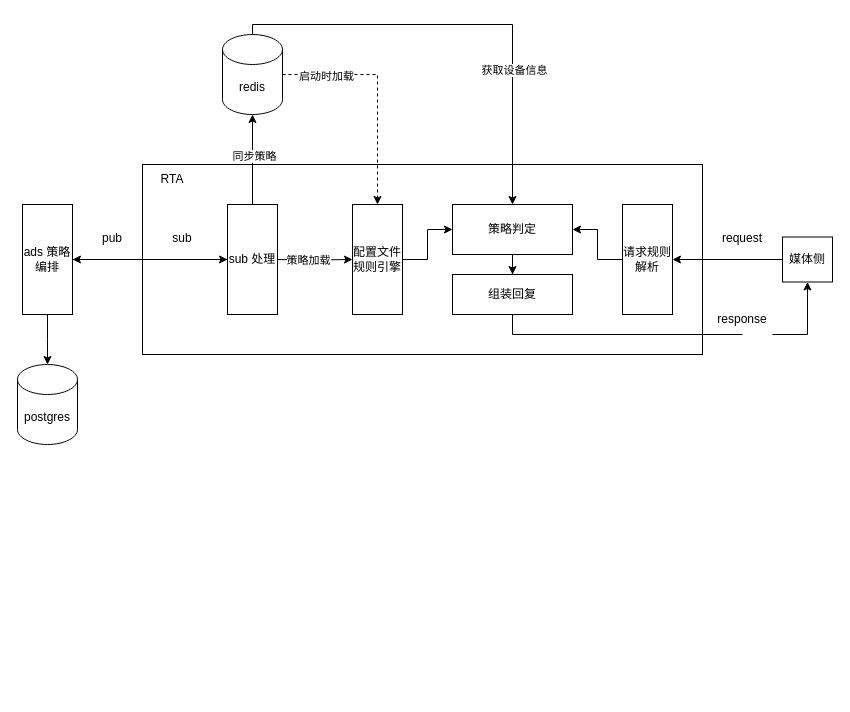
Above: RTA.drawio in LiErhua/draw.io (draw.io), before the change. Source tidied: cells renumbered, new cells numbered last; positions are measured from the earlier drawing's top-left corner, leaving out a move shared by most shapes. Both pictures are drawn from the tidied source at 100%, with x=0, y=0 at pixel (17, 24).
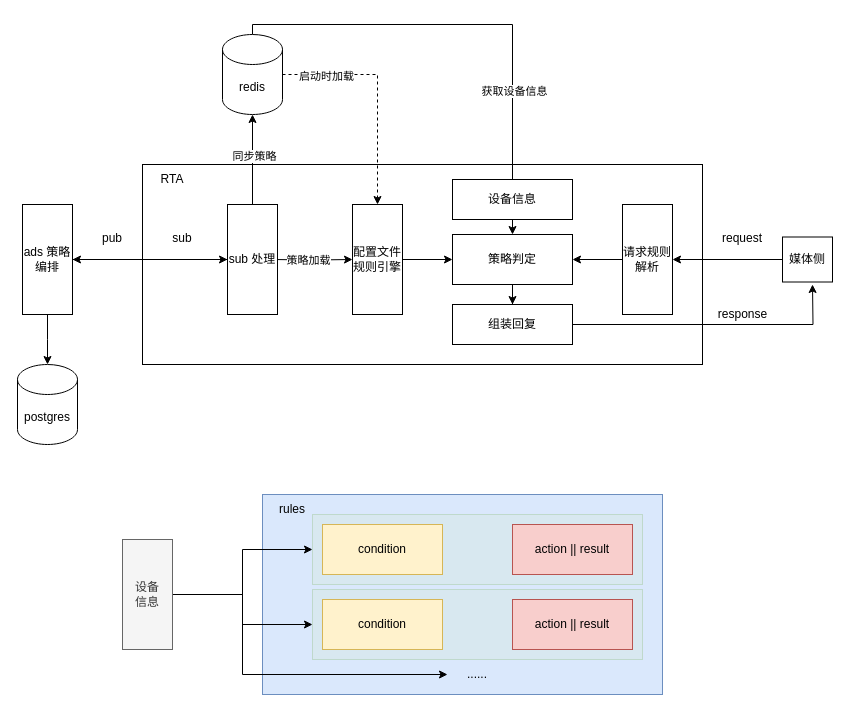
Above is the later version.

Unchanged cells that the change refers to:
```xml
<mxCell id="15" value="媒体侧" style="rounded=0;whiteSpace=wrap;html=1;" parent="1" vertex="1">
  <mxGeometry x="765" y="212.5" width="50" height="45" as="geometry" />
</mxCell>
```

Change to the diagram source:
```diff
@@
+    <mxCell id="34" style="rounded=0;whiteSpace=wrap;html=1;fillColor=#dae8fc;strokeColor=#6c8ebf;" parent="1" vertex="1">
+      <mxGeometry x="245" y="470" width="400" height="200" as="geometry" />
+    </mxCell>
+    <mxCell id="35" style="rounded=0;whiteSpace=wrap;html=1;fillColor=#d5e8d4;opacity=30;strokeColor=#82b366;" parent="1" vertex="1">
+      <mxGeometry x="295" y="565" width="330" height="70" as="geometry" />
+    </mxCell>
+    <mxCell id="36" style="rounded=0;whiteSpace=wrap;html=1;fillColor=#d5e8d4;opacity=30;strokeColor=#82b366;" parent="1" vertex="1">
+      <mxGeometry x="295" y="490" width="330" height="70" as="geometry" />
+    </mxCell>
     <mxCell id="2" style="rounded=0;whiteSpace=wrap;html=1;" parent="1" vertex="1">
-      <mxGeometry x="125" y="140" width="560" height="190" as="geometry" />
+      <mxGeometry x="125" y="140" width="560" height="200" as="geometry" />
     </mxCell>
@@
     <mxCell id="4" value="策略判定" style="rounded=0;whiteSpace=wrap;html=1;" parent="1" vertex="1">
-      <mxGeometry x="435" y="180" width="120" height="50" as="geometry" />
+      <mxGeometry x="435" y="210" width="120" height="50" as="geometry" />
     </mxCell>
@@
-    <mxCell id="9" style="edgeStyle=orthogonalEdgeStyle;rounded=0;jettySize=auto;html=1;entryX=0.5;entryY=1;entryDx=0;entryDy=0;startArrow=none;" parent="1" edge="1" source="32" target="15">
-      <mxGeometry relative="1" as="geometry">
-        <Array as="points">
-          <mxPoint x="790" y="310" />
-        </Array>
-      </mxGeometry>
-    </mxCell>
+    <mxCell id="37" style="edgeStyle=orthogonalEdgeStyle;rounded=0;jettySize=auto;html=1;" parent="1" edge="1" source="10">
+      <mxGeometry relative="1" as="geometry">
+        <mxPoint x="795" y="260" as="targetPoint" />
+      </mxGeometry>
+    </mxCell>
     <mxCell id="10" value="组装回复" style="rounded=0;whiteSpace=wrap;html=1;" parent="1" vertex="1">
-      <mxGeometry x="435" y="250" width="120" height="40" as="geometry" />
+      <mxGeometry x="435" y="280" width="120" height="40" as="geometry" />
     </mxCell>
@@
+    <mxCell id="38" value="设备信息" style="rounded=0;whiteSpace=wrap;html=1;" parent="1" vertex="1">
+      <mxGeometry x="435" y="155" width="120" height="40" as="geometry" />
+    </mxCell>
-    <mxCell id="32" value="response" style="text;html=1;strokeColor=none;fillColor=none;align=center;verticalAlign=middle;whiteSpace=wrap;rounded=0;" parent="1" vertex="1">
-      <mxGeometry x="695" y="280" width="60" height="30" as="geometry" />
+    <mxCell id="32" value="response" style="text;html=1;align=center;verticalAlign=middle;points=[];strokeColor=none;fillColor=none;" parent="1" vertex="1">
+      <mxGeometry x="695" y="280" width="60" height="20" as="geometry" />
     </mxCell>
-    <mxCell id="33" style="edgeStyle=orthogonalEdgeStyle;rounded=0;jettySize=auto;html=1;entryX=0.5;entryY=1;entryDx=0;entryDy=0;endArrow=none;" parent="1" edge="1" source="10" target="32">
-      <mxGeometry relative="1" as="geometry">
-        <Array as="points">
-          <mxPoint x="495" y="310" />
-        </Array>
-      </mxGeometry>
-    </mxCell>
+    <mxCell id="39" style="edgeStyle=orthogonalEdgeStyle;rounded=0;jettySize=auto;html=1;entryX=0;entryY=0.5;entryDx=0;entryDy=0;" parent="1" edge="1" source="42" target="36">
+      <mxGeometry relative="1" as="geometry" />
+    </mxCell>
+    <mxCell id="40" style="edgeStyle=orthogonalEdgeStyle;rounded=0;jettySize=auto;html=1;entryX=0;entryY=0.5;entryDx=0;entryDy=0;" parent="1" edge="1" source="42" target="35">
+      <mxGeometry relative="1" as="geometry" />
+    </mxCell>
+    <mxCell id="41" style="edgeStyle=orthogonalEdgeStyle;rounded=0;jettySize=auto;html=1;entryX=0;entryY=0.5;entryDx=0;entryDy=0;" parent="1" edge="1" source="42" target="48">
+      <mxGeometry relative="1" as="geometry">
+        <Array as="points">
+          <mxPoint x="225" y="570" />
+          <mxPoint x="225" y="650" />
+        </Array>
+      </mxGeometry>
+    </mxCell>
+    <mxCell id="42" value="设备&lt;br&gt;信息" style="rounded=0;whiteSpace=wrap;html=1;fillColor=#f5f5f5;fontColor=#333333;strokeColor=#666666;" parent="1" vertex="1">
+      <mxGeometry x="105" y="515" width="50" height="110" as="geometry" />
+    </mxCell>
+    <mxCell id="43" value="condition" style="rounded=0;whiteSpace=wrap;html=1;fillColor=#fff2cc;strokeColor=#d6b656;" parent="1" vertex="1">
+      <mxGeometry x="305" y="500" width="120" height="50" as="geometry" />
+    </mxCell>
+    <mxCell id="44" value="condition" style="rounded=0;whiteSpace=wrap;html=1;fillColor=#fff2cc;strokeColor=#d6b656;" parent="1" vertex="1">
+      <mxGeometry x="305" y="575" width="120" height="50" as="geometry" />
+    </mxCell>
+    <mxCell id="45" value="rules" style="text;html=1;strokeColor=none;fillColor=none;align=center;verticalAlign=middle;whiteSpace=wrap;rounded=0;" parent="1" vertex="1">
+      <mxGeometry x="245" y="470" width="60" height="30" as="geometry" />
+    </mxCell>
+    <mxCell id="46" value="action || result" style="rounded=0;whiteSpace=wrap;html=1;fillColor=#f8cecc;strokeColor=#b85450;" parent="1" vertex="1">
+      <mxGeometry x="495" y="500" width="120" height="50" as="geometry" />
+    </mxCell>
+    <mxCell id="47" value="action || result" style="rounded=0;whiteSpace=wrap;html=1;fillColor=#f8cecc;strokeColor=#b85450;" parent="1" vertex="1">
+      <mxGeometry x="495" y="575" width="120" height="50" as="geometry" />
+    </mxCell>
+    <mxCell id="48" value="......" style="text;html=1;strokeColor=none;fillColor=none;align=center;verticalAlign=middle;whiteSpace=wrap;rounded=0;" parent="1" vertex="1">
+      <mxGeometry x="430" y="635" width="60" height="30" as="geometry" />
+    </mxCell>
```
